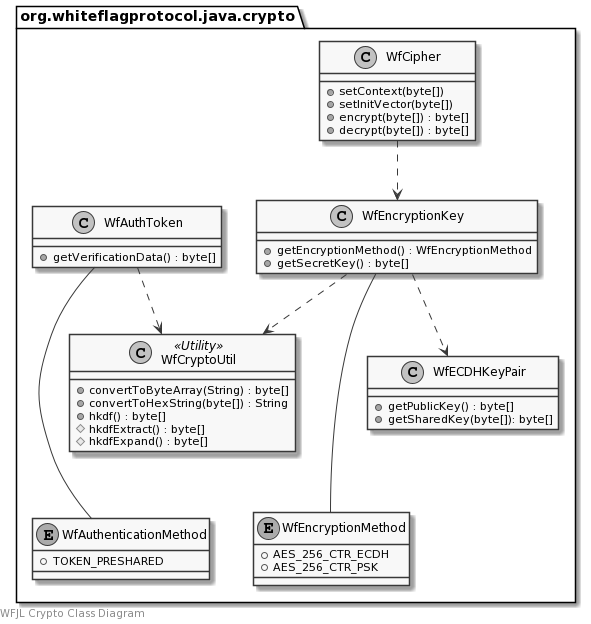
Before: docs/uml/crypto.png, a diagram exported from PlantUML (WhiteflagProtocol/whiteflag-java).
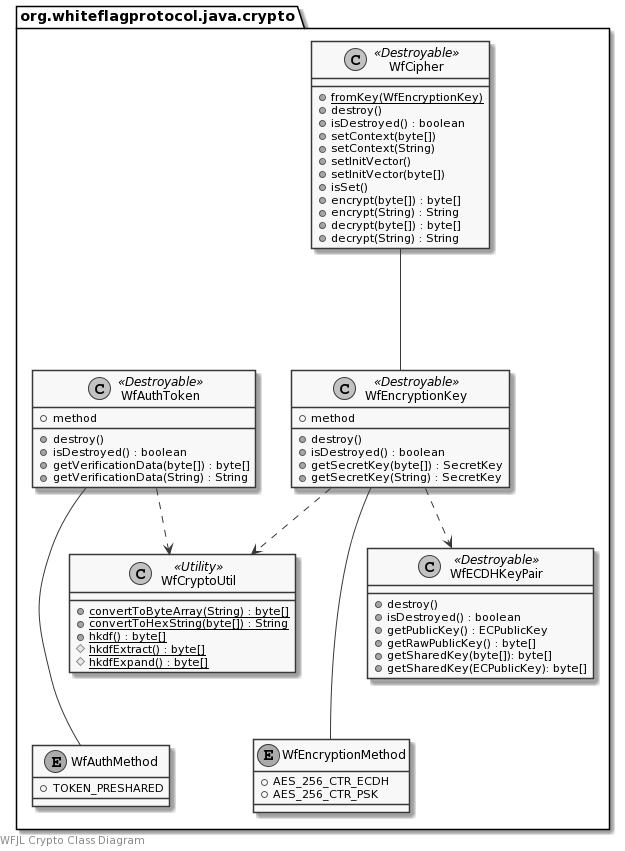
The same diagram one commit later.

Change to the diagram source:
```diff
@@ -4,42 +4,61 @@
 left footer WFJL Crypto Class Diagram
 
 package org.whiteflagprotocol.java.crypto {
-    class WfCipher {
+    class WfCipher <<Destroyable>> {
+        {static} +fromKey(WfEncryptionKey)
+        +destroy()
+        +isDestroyed() : boolean
         +setContext(byte[])
+        +setContext(String)
+        +setInitVector()
         +setInitVector(byte[])
+        +isSet()
         +encrypt(byte[]) : byte[]
+        +encrypt(String) : String
         +decrypt(byte[]) : byte[]
+        +decrypt(String) : String
     }
-    enum WfAuthenticationMethod {
+    enum WfAuthMethod {
         +TOKEN_PRESHARED
     }
-    class WfAuthToken {
-        +getVerificationData() : byte[]
+    class WfAuthToken <<Destroyable>> {
+        +method
+        +destroy()
+        +isDestroyed() : boolean
+        +getVerificationData(byte[]) : byte[]
+        +getVerificationData(String) : String
     }
     enum WfEncryptionMethod {
         +AES_256_CTR_ECDH
         +AES_256_CTR_PSK
     }
-    class WfEncryptionKey {
-        +getEncryptionMethod() : WfEncryptionMethod
-        +getSecretKey() : byte[]
+    class WfEncryptionKey <<Destroyable>> {
+        +method
+        +destroy()
+        +isDestroyed() : boolean
+        +getSecretKey(byte[]) : SecretKey
+        +getSecretKey(String) : SecretKey
     }
-    class WfECDHKeyPair {
-        +getPublicKey() : byte[]
+    class WfECDHKeyPair <<Destroyable>> {
+        +destroy()
+        +isDestroyed() : boolean
+        +getPublicKey() : ECPublicKey
+        +getRawPublicKey() : byte[]
         +getSharedKey(byte[]): byte[]
+        +getSharedKey(ECPublicKey): byte[]
     }
     class WfCryptoUtil <<Utility>> {
-        +convertToByteArray(String) : byte[]
-        +convertToHexString(byte[]) : String
-        +hkdf() : byte[]
-        #hkdfExtract() : byte[]
-        #hkdfExpand() : byte[]
+        {static} +convertToByteArray(String) : byte[]
+        {static} +convertToHexString(byte[]) : String
+        {static} +hkdf() : byte[]
+        {static} #hkdfExtract() : byte[]
+        {static} #hkdfExpand() : byte[]
     }
 }
 
-WfCipher ..> WfEncryptionKey
+WfCipher --- WfEncryptionKey
 WfEncryptionKey --- WfEncryptionMethod
-WfAuthToken --- WfAuthenticationMethod
+WfAuthToken --- WfAuthMethod
 WfEncryptionKey ..> WfCryptoUtil
 WfEncryptionKey ..> WfECDHKeyPair
 WfAuthToken ..> WfCryptoUtil
```
